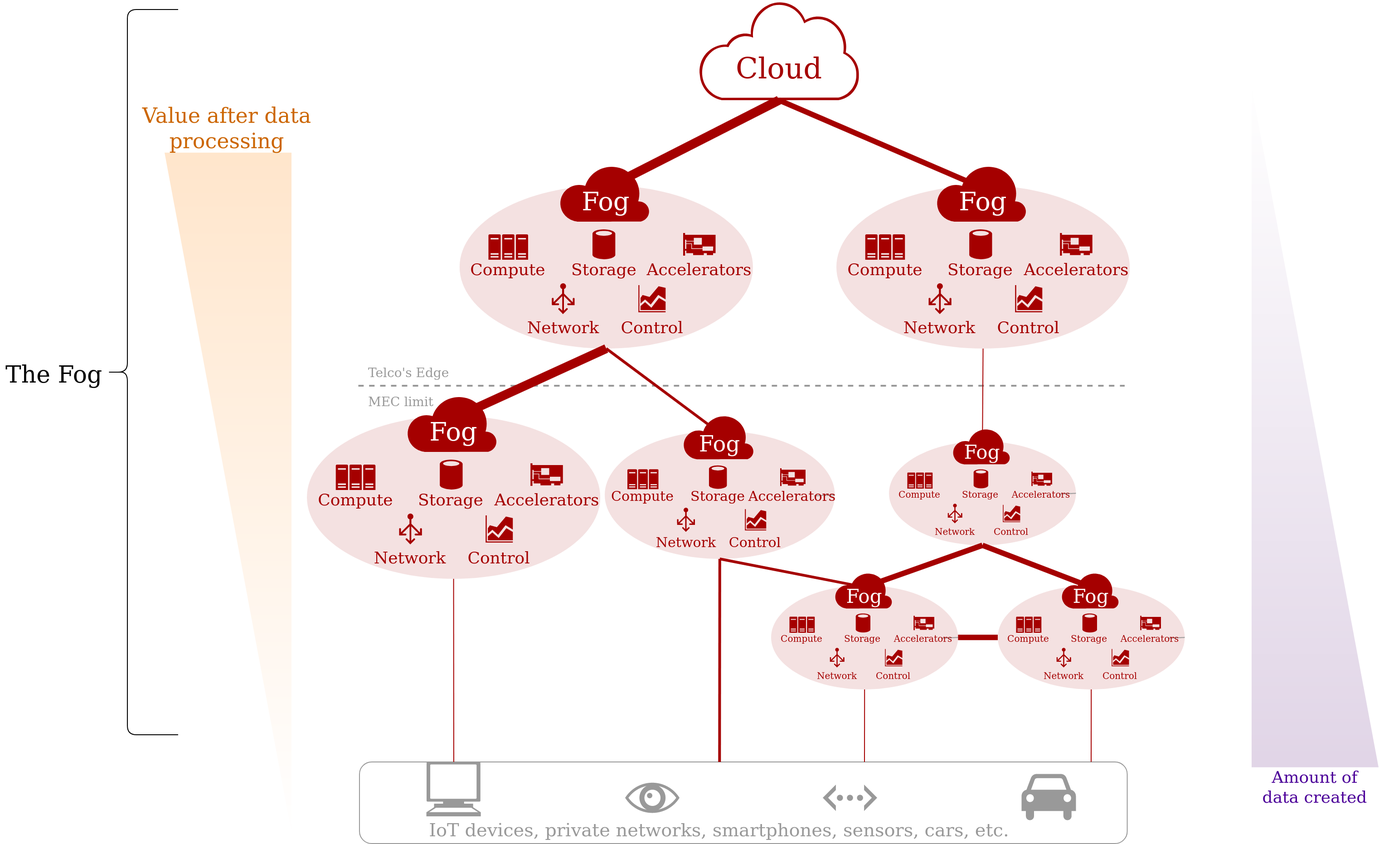
This is assets/FogArchitecture.drawio.png from VolodiaPG/biblio_fog_faas, a draw.io export, as it was before one commit. Source tidied: cells renumbered, new cells last; positions are measured from the earlier drawing's top-left corner, leaving out a move shared by most shapes.
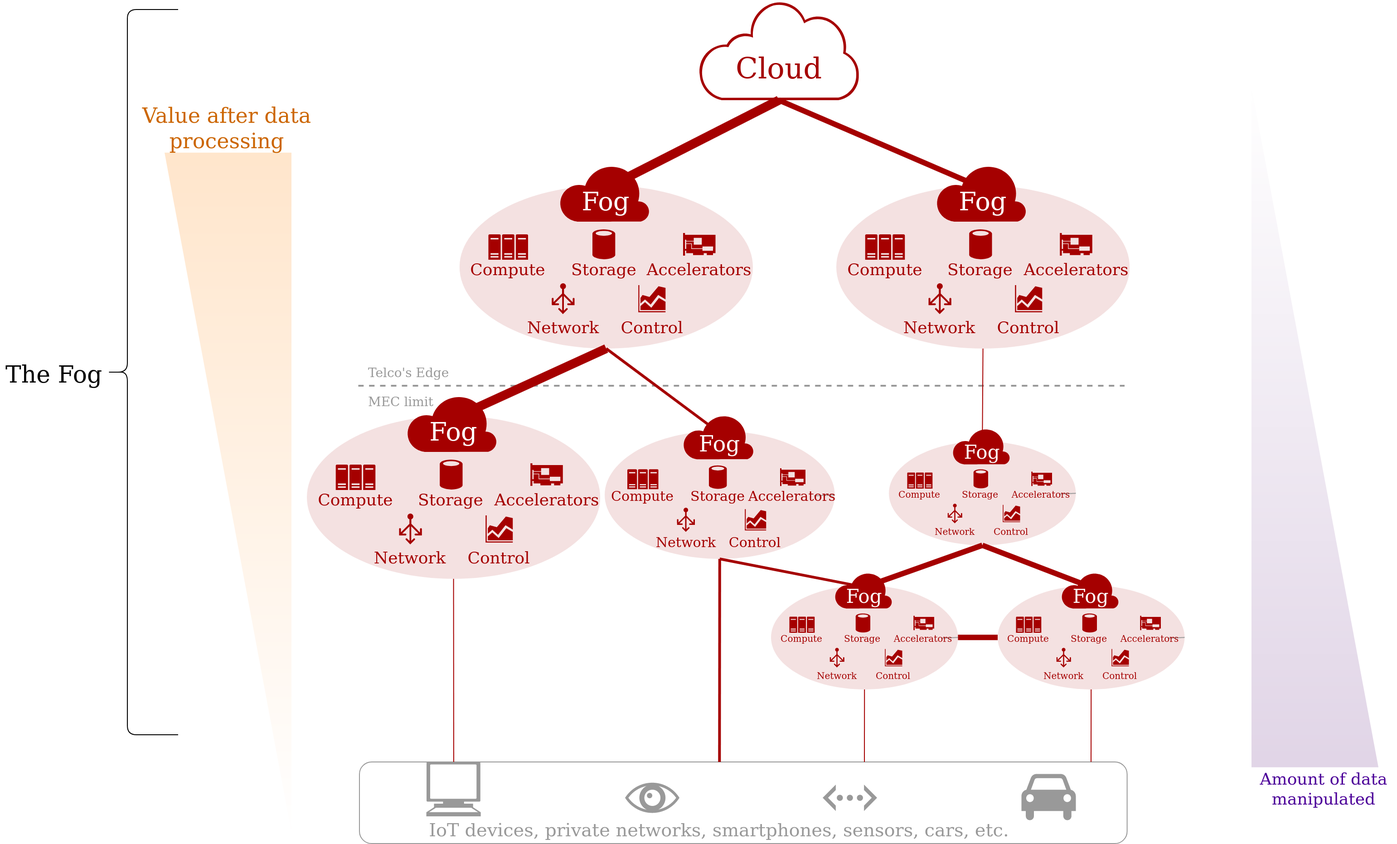
After the commit.

Change to the diagram source:
```diff
@@ -77,8 +77,8 @@
     <mxCell id="21" style="verticalLabelPosition=bottom;verticalAlign=top;html=1;shape=mxgraph.basic.orthogonal_triangle;fontFamily=Computer mordern Serif;fontSource=https%3A%2F%2Fgithub.com%2Fspratt%2FComputer-Modern%2Fblob%2Fgh-pages%2Fcmunss.otf;fontSize=14;strokeColor=none;fillColor=#e1d5e7;gradientColor=#ffffff;gradientDirection=north;" parent="1" vertex="1">
       <mxGeometry x="1380" y="95.9" width="140" height="750" as="geometry" />
     </mxCell>
-    <mxCell id="22" value="Amount of data created" style="text;html=1;strokeColor=none;fillColor=none;align=center;verticalAlign=middle;whiteSpace=wrap;rounded=0;fontFamily=Computer mordern Serif;fontSource=https%3A%2F%2Fgithub.com%2Fspratt%2FComputer-Modern%2Fblob%2Fgh-pages%2Fcmunss.otf;fontSize=18;fontColor=#4C0099;" parent="1" vertex="1">
-      <mxGeometry x="1380" y="853.2" width="140" height="30" as="geometry" />
+    <mxCell id="22" value="Amount of data manipulated" style="text;html=1;strokeColor=none;fillColor=none;align=center;verticalAlign=middle;whiteSpace=wrap;rounded=0;fontFamily=Computer mordern Serif;fontSource=https%3A%2F%2Fgithub.com%2Fspratt%2FComputer-Modern%2Fblob%2Fgh-pages%2Fcmunss.otf;fontSize=18;fontColor=#4C0099;" parent="1" vertex="1">
+      <mxGeometry x="1380" y="853.2" width="160" height="34.3" as="geometry" />
     </mxCell>
     <mxCell id="23" style="verticalLabelPosition=bottom;verticalAlign=top;html=1;shape=mxgraph.basic.orthogonal_triangle;fontFamily=Computer mordern Serif;fontSource=https%3A%2F%2Fgithub.com%2Fspratt%2FComputer-Modern%2Fblob%2Fgh-pages%2Fcmunss.otf;fontSize=14;strokeColor=none;fillColor=#ffe6cc;gradientDirection=north;rotation=-180;gradientColor=#ffffff;" parent="1" vertex="1">
       <mxGeometry x="181" y="167.9" width="140" height="750" as="geometry" />
```
